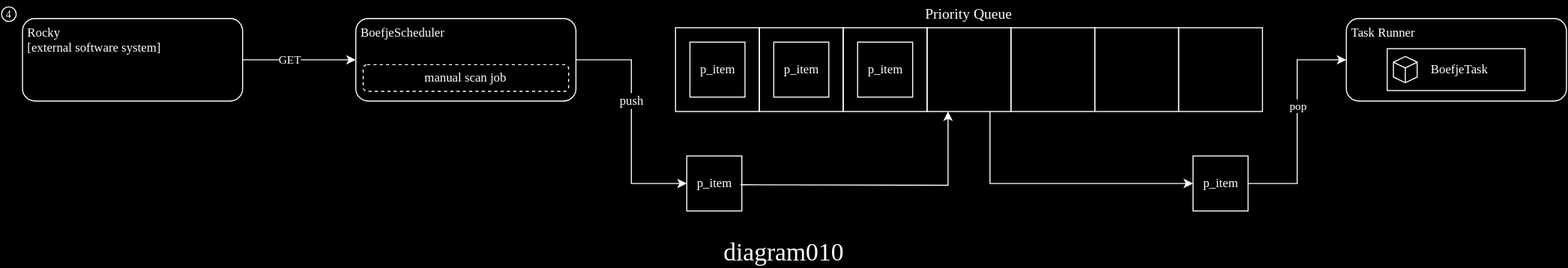
minvws/nl-kat-coordination keeps this draw.io diagram as mula/docs/img/diagram010.svg. Above is the earlier version. Source tidied: cells renumbered, new cells last; positions are measured from the earlier drawing's top-left corner, leaving out a move shared by most shapes.
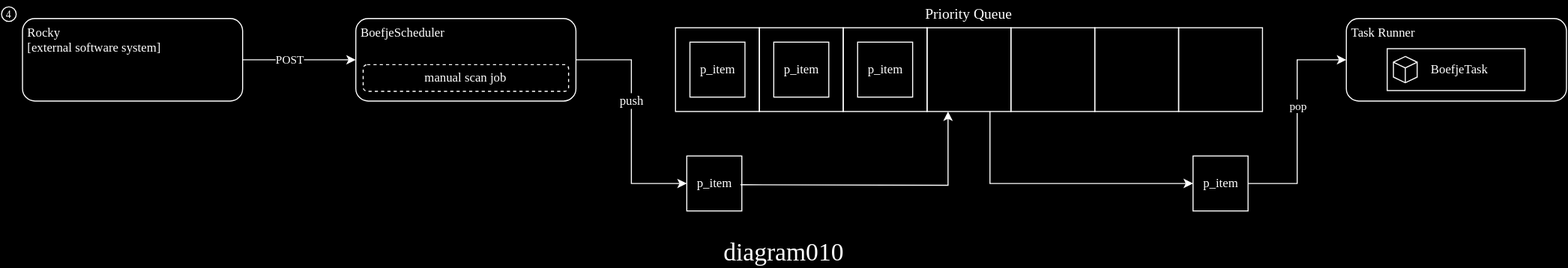
The same diagram one commit later.

What changed in the source:
```diff
@@ -94,7 +94,7 @@
     <mxCell id="31" style="edgeStyle=orthogonalEdgeStyle;rounded=0;jettySize=auto;html=1;exitX=1;exitY=0.5;exitDx=0;exitDy=0;entryX=0;entryY=0.5;entryDx=0;entryDy=0;" parent="3" edge="1" source="33" target="29">
       <mxGeometry relative="1" as="geometry" />
     </mxCell>
-    <mxCell id="32" value="&lt;font face=&quot;Hack&quot;&gt;GET&lt;/font&gt;" style="edgeLabel;html=1;align=center;verticalAlign=middle;" parent="31" vertex="1">
+    <mxCell id="32" value="&lt;font face=&quot;Hack&quot;&gt;POST&lt;br&gt;&lt;/font&gt;" style="edgeLabel;html=1;align=center;verticalAlign=middle;" parent="31" vertex="1">
       <mxGeometry x="-0.17" relative="1" as="geometry" />
     </mxCell>
     <mxCell id="33" value="&lt;font face=&quot;Hack&quot;&gt;&amp;nbsp;Rocky&lt;br&gt;&amp;nbsp;[external software system]&lt;br&gt;&lt;/font&gt;" style="rounded=1;whiteSpace=wrap;html=1;align=left;verticalAlign=top;fillColor=none;" parent="3" vertex="1">
```
